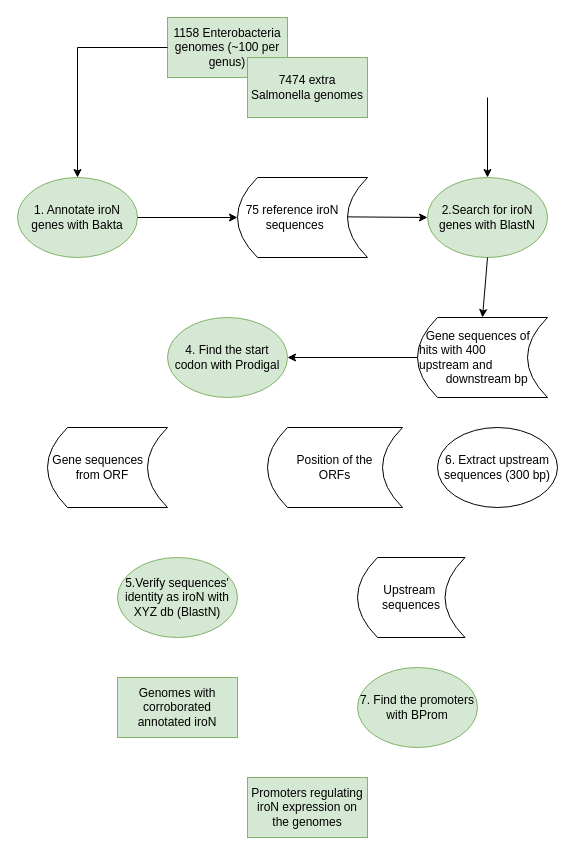
This is IroN-project.drawio from Eugenio-Molphe/IroN-project, a draw.io file, before an edit. Source tidied: cells renumbered, new cells numbered last; positions are measured from the earlier drawing's top-left corner, leaving out a move shared by most shapes. Both pictures are drawn from the tidied source at 100%, with x=0, y=0 at pixel (17, 17).
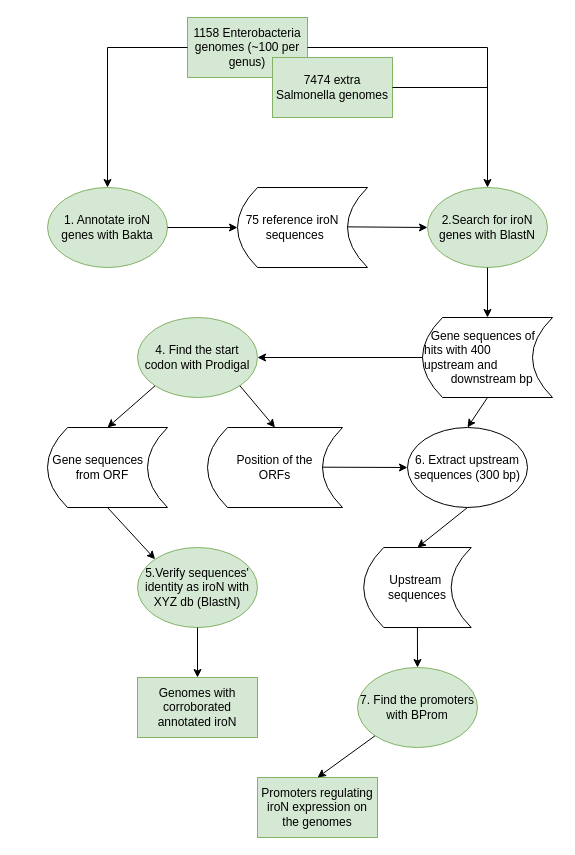
After the change.

Commit message:
Made a flowchart

The change refers to these unchanged cells:
```xml
<mxCell id="4" value="7. Find the promoters with BProm" style="ellipse;whiteSpace=wrap;html=1;fillColor=#d5e8d4;strokeColor=#82b366;" parent="1" vertex="1">
  <mxGeometry x="340" y="650" width="120" height="80" as="geometry" />
</mxCell>
<mxCell id="17" value="&lt;div&gt;&amp;nbsp;Gene sequences&amp;nbsp;&lt;/div&gt;&lt;div&gt;&lt;span style=&quot;white-space: pre;&quot;&gt;&#9;&lt;/span&gt;from ORF&lt;/div&gt;" style="shape=dataStorage;whiteSpace=wrap;html=1;fixedSize=1;align=left;" parent="1" vertex="1">
  <mxGeometry x="30" y="410" width="120" height="80" as="geometry" />
</mxCell>
```

What changed in the source:
```diff
@@
     <mxCell id="2" value="1. Annotate iroN genes with Bakta" style="ellipse;whiteSpace=wrap;html=1;fillColor=#d5e8d4;strokeColor=#82b366;" parent="1" vertex="1">
-      <mxGeometry y="160" width="120" height="80" as="geometry" />
+      <mxGeometry x="30" y="170" width="120" height="80" as="geometry" />
     </mxCell>
     <mxCell id="3" value="1158 Enterobacteria genomes (~100 per genus)" style="rounded=0;whiteSpace=wrap;html=1;fillColor=#d5e8d4;strokeColor=#82b366;" parent="1" vertex="1">
-      <mxGeometry x="150" width="120" height="60" as="geometry" />
+      <mxGeometry x="170" width="120" height="60" as="geometry" />
     </mxCell>
@@
     <mxCell id="5" value="Promoters regulating iroN expression on the genomes" style="rounded=0;whiteSpace=wrap;html=1;fillColor=#d5e8d4;strokeColor=#82b366;" parent="1" vertex="1">
-      <mxGeometry x="230" y="760" width="120" height="60" as="geometry" />
+      <mxGeometry x="240" y="760" width="120" height="60" as="geometry" />
     </mxCell>
@@
     <mxCell id="7" style="endArrow=classic;html=1;rounded=0;exitX=0;exitY=0.5;exitDx=0;exitDy=0;entryX=0.5;entryY=0;entryDx=0;entryDy=0;" parent="1" edge="1" source="3" target="2">
       <mxGeometry relative="1" as="geometry">
         <Array as="points">
-          <mxPoint x="60" y="30" />
+          <mxPoint x="90" y="30" />
         </Array>
       </mxGeometry>
     </mxCell>
     <mxCell id="8" value="&lt;div align=&quot;left&quot;&gt;&amp;nbsp; 75 reference iroN&amp;nbsp;&amp;nbsp;&amp;nbsp; &lt;span style=&quot;white-space: pre;&quot;&gt;&#9;&lt;/span&gt;sequences&lt;/div&gt;" style="shape=dataStorage;whiteSpace=wrap;html=1;fixedSize=1;align=left;" parent="1" vertex="1">
-      <mxGeometry x="220" y="160" width="130" height="80" as="geometry" />
+      <mxGeometry x="220" y="170" width="130" height="80" as="geometry" />
     </mxCell>
     <mxCell id="9" value="2.Search for iroN genes with BlastN" style="ellipse;whiteSpace=wrap;html=1;fillColor=#d5e8d4;strokeColor=#82b366;" parent="1" vertex="1">
-      <mxGeometry x="410" y="160" width="120" height="80" as="geometry" />
+      <mxGeometry x="410" y="170" width="120" height="80" as="geometry" />
     </mxCell>
@@
     <mxCell id="11" style="endArrow=classic;html=1;rounded=0;entryX=0.5;entryY=0;entryDx=0;entryDy=0;" parent="1" edge="1" target="9">
       <mxGeometry relative="1" as="geometry">
-        <mxPoint x="470" y="80" as="sourcePoint" />
+        <mxPoint x="470" y="30" as="sourcePoint" />
       </mxGeometry>
     </mxCell>
     <mxCell id="12" value="&lt;div&gt;&amp;nbsp; Gene sequences of&amp;nbsp;&lt;/div&gt;&lt;div&gt;hits with 400&amp;nbsp;&lt;/div&gt;&lt;div&gt;upstream and &lt;span style=&quot;white-space: pre;&quot;&gt;&#9;&lt;/span&gt;downstream bp&lt;/div&gt;" style="shape=dataStorage;whiteSpace=wrap;html=1;fixedSize=1;align=left;" parent="1" vertex="1">
-      <mxGeometry x="400" y="300" width="130" height="80" as="geometry" />
+      <mxGeometry x="405" y="300" width="130" height="80" as="geometry" />
     </mxCell>
@@
     <mxCell id="14" value="4. Find the start codon with Prodigal" style="ellipse;whiteSpace=wrap;html=1;fillColor=#d5e8d4;strokeColor=#82b366;" parent="1" vertex="1">
-      <mxGeometry x="150" y="300" width="120" height="80" as="geometry" />
+      <mxGeometry x="120" y="300" width="120" height="80" as="geometry" />
     </mxCell>
@@
     <mxCell id="16" value="&lt;div align=&quot;center&quot;&gt;&amp;nbsp;Position of the&amp;nbsp;&lt;/div&gt;&lt;div align=&quot;center&quot;&gt;ORFs&lt;/div&gt;" style="shape=dataStorage;whiteSpace=wrap;html=1;fixedSize=1;align=center;" parent="1" vertex="1">
-      <mxGeometry x="250" y="410" width="135" height="80" as="geometry" />
+      <mxGeometry x="190" y="410" width="135" height="80" as="geometry" />
     </mxCell>
@@
     <mxCell id="18" value="5.Verify sequences' identity as iroN with XYZ db (BlastN)" style="ellipse;whiteSpace=wrap;html=1;fillColor=#d5e8d4;strokeColor=#82b366;" parent="1" vertex="1">
-      <mxGeometry x="100" y="540" width="120" height="80" as="geometry" />
+      <mxGeometry x="120" y="530" width="120" height="80" as="geometry" />
     </mxCell>
     <mxCell id="19" value="Genomes with corroborated annotated iroN" style="rounded=0;whiteSpace=wrap;html=1;fillColor=#d5e8d4;strokeColor=#82b366;" parent="1" vertex="1">
-      <mxGeometry x="100" y="660" width="120" height="60" as="geometry" />
+      <mxGeometry x="120" y="660" width="120" height="60" as="geometry" />
     </mxCell>
     <mxCell id="20" value="6. Extract upstream sequences (300 bp)" style="ellipse;whiteSpace=wrap;html=1;" parent="1" vertex="1">
-      <mxGeometry x="420" y="410" width="120" height="80" as="geometry" />
+      <mxGeometry x="390" y="410" width="120" height="80" as="geometry" />
     </mxCell>
     <mxCell id="21" value="&lt;div&gt;Upstream&amp;nbsp;&lt;/div&gt;&lt;div&gt;sequences&lt;/div&gt;" style="shape=dataStorage;whiteSpace=wrap;html=1;fixedSize=1;align=center;" parent="1" vertex="1">
-      <mxGeometry x="340" y="540" width="107.5" height="80" as="geometry" />
+      <mxGeometry x="346.2" y="530" width="107.5" height="80" as="geometry" />
     </mxCell>
     <mxCell id="22" value="7474 extra Salmonella genomes" style="rounded=0;whiteSpace=wrap;html=1;fillColor=#d5e8d4;strokeColor=#82b366;" parent="1" vertex="1">
-      <mxGeometry x="230" y="40" width="120" height="60" as="geometry" />
+      <mxGeometry x="255" y="40" width="120" height="60" as="geometry" />
     </mxCell>
+    <mxCell id="23" style="endArrow=classic;html=1;rounded=0;exitX=0;exitY=1;exitDx=0;exitDy=0;entryX=0.5;entryY=0;entryDx=0;entryDy=0;" parent="1" edge="1" source="14" target="17">
+      <mxGeometry relative="1" as="geometry" />
+    </mxCell>
+    <mxCell id="24" style="endArrow=classic;html=1;rounded=0;exitX=1;exitY=1;exitDx=0;exitDy=0;entryX=0.5;entryY=0;entryDx=0;entryDy=0;" parent="1" edge="1" source="14" target="16">
+      <mxGeometry relative="1" as="geometry" />
+    </mxCell>
+    <mxCell id="25" style="endArrow=classic;html=1;rounded=0;exitX=0.5;exitY=1;exitDx=0;exitDy=0;entryX=0.5;entryY=0;entryDx=0;entryDy=0;" parent="1" edge="1" source="12" target="20">
+      <mxGeometry relative="1" as="geometry" />
+    </mxCell>
+    <mxCell id="26" style="endArrow=classic;html=1;rounded=0;exitX=0.848;exitY=0.496;exitDx=0;exitDy=0;entryX=0;entryY=0.5;entryDx=0;entryDy=0;exitPerimeter=0;" parent="1" edge="1" source="16" target="20">
+      <mxGeometry relative="1" as="geometry" />
+    </mxCell>
+    <mxCell id="27" style="endArrow=classic;html=1;rounded=0;exitX=0.5;exitY=1;exitDx=0;exitDy=0;entryX=0;entryY=0;entryDx=0;entryDy=0;" parent="1" edge="1" source="17" target="18">
+      <mxGeometry relative="1" as="geometry" />
+    </mxCell>
+    <mxCell id="28" style="endArrow=classic;html=1;rounded=0;exitX=0.5;exitY=1;exitDx=0;exitDy=0;entryX=0.5;entryY=0;entryDx=0;entryDy=0;" parent="1" edge="1" source="18" target="19">
+      <mxGeometry relative="1" as="geometry" />
+    </mxCell>
+    <mxCell id="29" style="endArrow=classic;html=1;rounded=0;exitX=0.5;exitY=1;exitDx=0;exitDy=0;entryX=0.5;entryY=0;entryDx=0;entryDy=0;" parent="1" edge="1" source="20" target="21">
+      <mxGeometry relative="1" as="geometry" />
+    </mxCell>
+    <mxCell id="30" style="endArrow=classic;html=1;rounded=0;exitX=0.5;exitY=1;exitDx=0;exitDy=0;entryX=0.5;entryY=0;entryDx=0;entryDy=0;" parent="1" edge="1" source="21" target="4">
+      <mxGeometry relative="1" as="geometry" />
+    </mxCell>
+    <mxCell id="31" style="endArrow=classic;html=1;rounded=0;exitX=0;exitY=1;exitDx=0;exitDy=0;entryX=0.5;entryY=0;entryDx=0;entryDy=0;" parent="1" edge="1" source="4" target="5">
+      <mxGeometry relative="1" as="geometry" />
+    </mxCell>
+    <mxCell id="32" style="endArrow=none;html=1;rounded=0;exitX=1;exitY=0.5;exitDx=0;exitDy=0;" parent="1" edge="1" source="3">
+      <mxGeometry relative="1" as="geometry">
+        <mxPoint x="470" y="30" as="targetPoint" />
+      </mxGeometry>
+    </mxCell>
+    <mxCell id="33" style="endArrow=none;html=1;rounded=0;exitX=1;exitY=0.5;exitDx=0;exitDy=0;" parent="1" edge="1" source="22">
+      <mxGeometry relative="1" as="geometry">
+        <mxPoint x="470" y="70" as="targetPoint" />
+      </mxGeometry>
+    </mxCell>
```
